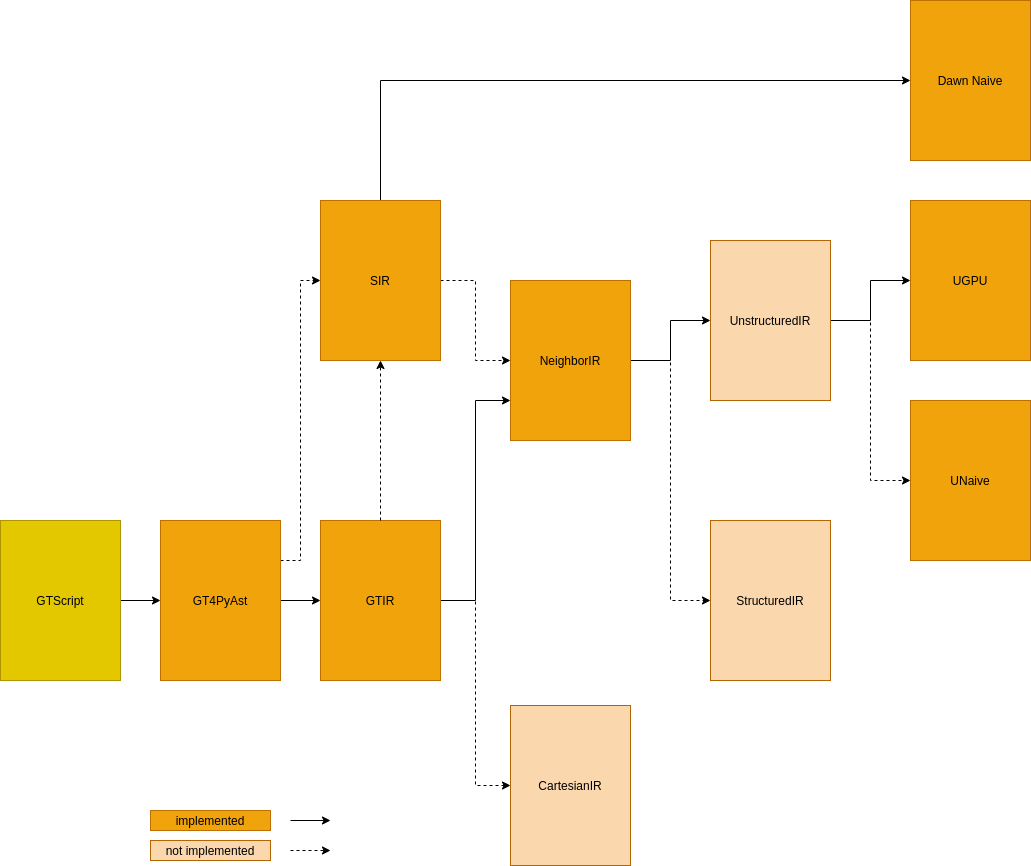
Before: src/gtc/gtc_irs.drawio.png, a diagram exported from draw.io (GridTools/gtc). Source tidied: cells renumbered, new cells last; positions are measured from the earlier drawing's top-left corner, leaving out a move shared by most shapes.
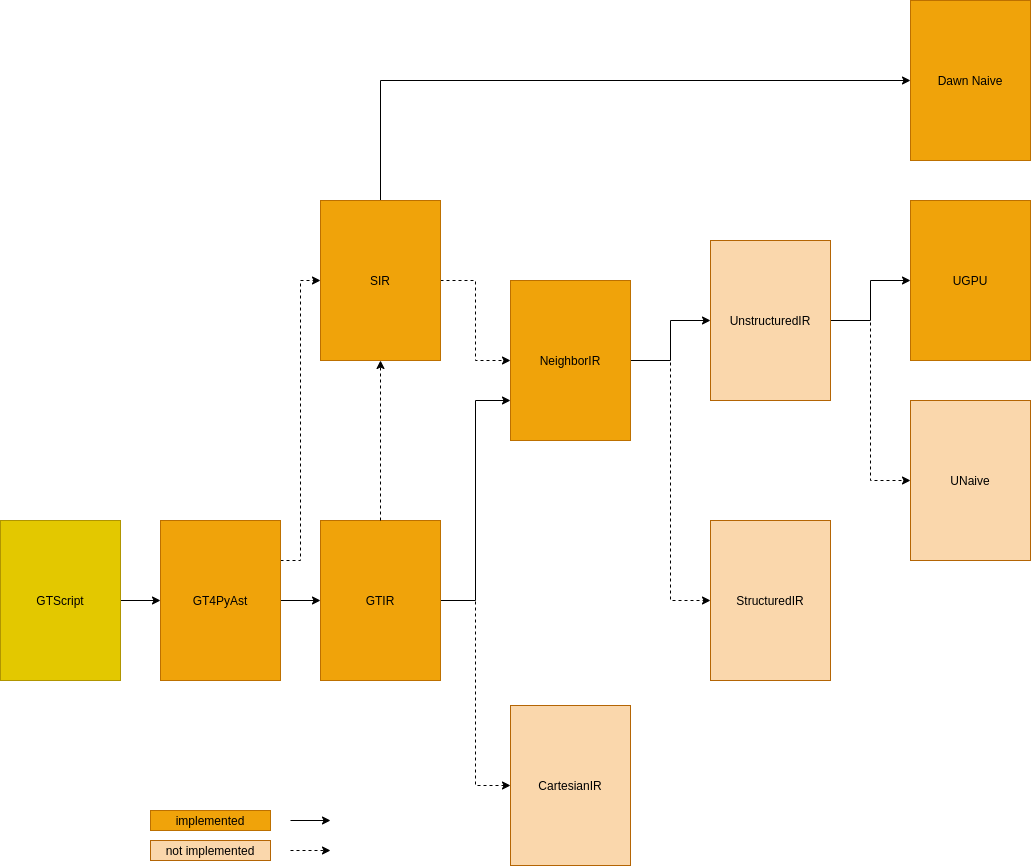
After the commit.

Commit message:
update non-implemented pieces

Change to the diagram source:
```diff
@@ -35,7 +35,7 @@
     <mxCell id="12" value="&lt;font color=&quot;#000000&quot;&gt;UGPU&lt;/font&gt;" style="rounded=0;whiteSpace=wrap;html=1;fontFamily=Helvetica;fontSize=12;fontColor=#ffffff;align=center;strokeColor=#BD7000;fillColor=#f0a30a;" parent="1" vertex="1">
       <mxGeometry x="910" y="200" width="120" height="160" as="geometry" />
     </mxCell>
-    <mxCell id="13" value="&lt;font color=&quot;#000000&quot;&gt;UNaive&lt;/font&gt;" style="rounded=0;whiteSpace=wrap;html=1;fontFamily=Helvetica;fontSize=12;fontColor=#ffffff;align=center;strokeColor=#BD7000;fillColor=#f0a30a;" parent="1" vertex="1">
+    <mxCell id="13" value="&lt;font color=&quot;#000000&quot;&gt;UNaive&lt;/font&gt;" style="rounded=0;whiteSpace=wrap;html=1;fontFamily=Helvetica;fontSize=12;align=center;strokeColor=#b46504;fillColor=#fad7ac;" parent="1" vertex="1">
       <mxGeometry x="910" y="400" width="120" height="160" as="geometry" />
     </mxCell>
     <mxCell id="14" style="edgeStyle=orthogonalEdgeStyle;rounded=0;jettySize=auto;html=1;fontColor=#000000;dashed=1;" parent="1" edge="1" source="16" target="6">
```
